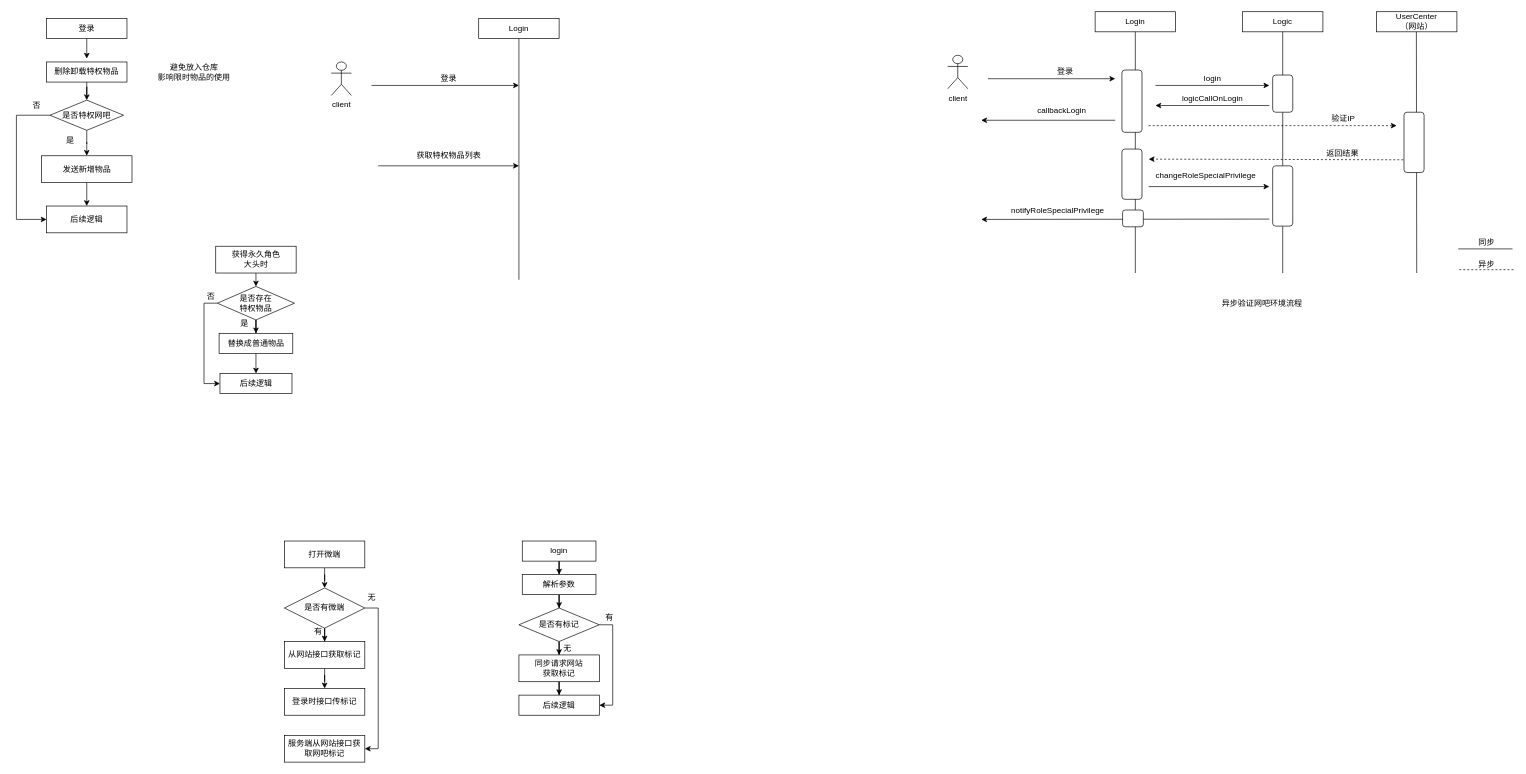
Ordertiny/graph keeps this draw.io diagram as SSJJ2/网吧特权.drawio. Above is the earlier version. Source tidied: cells renumbered, new cells numbered last; positions are measured from the earlier drawing's top-left corner, leaving out a move shared by most shapes. Both pictures are drawn from the tidied source at 67%, with x=0, y=0 at pixel (16, 11).
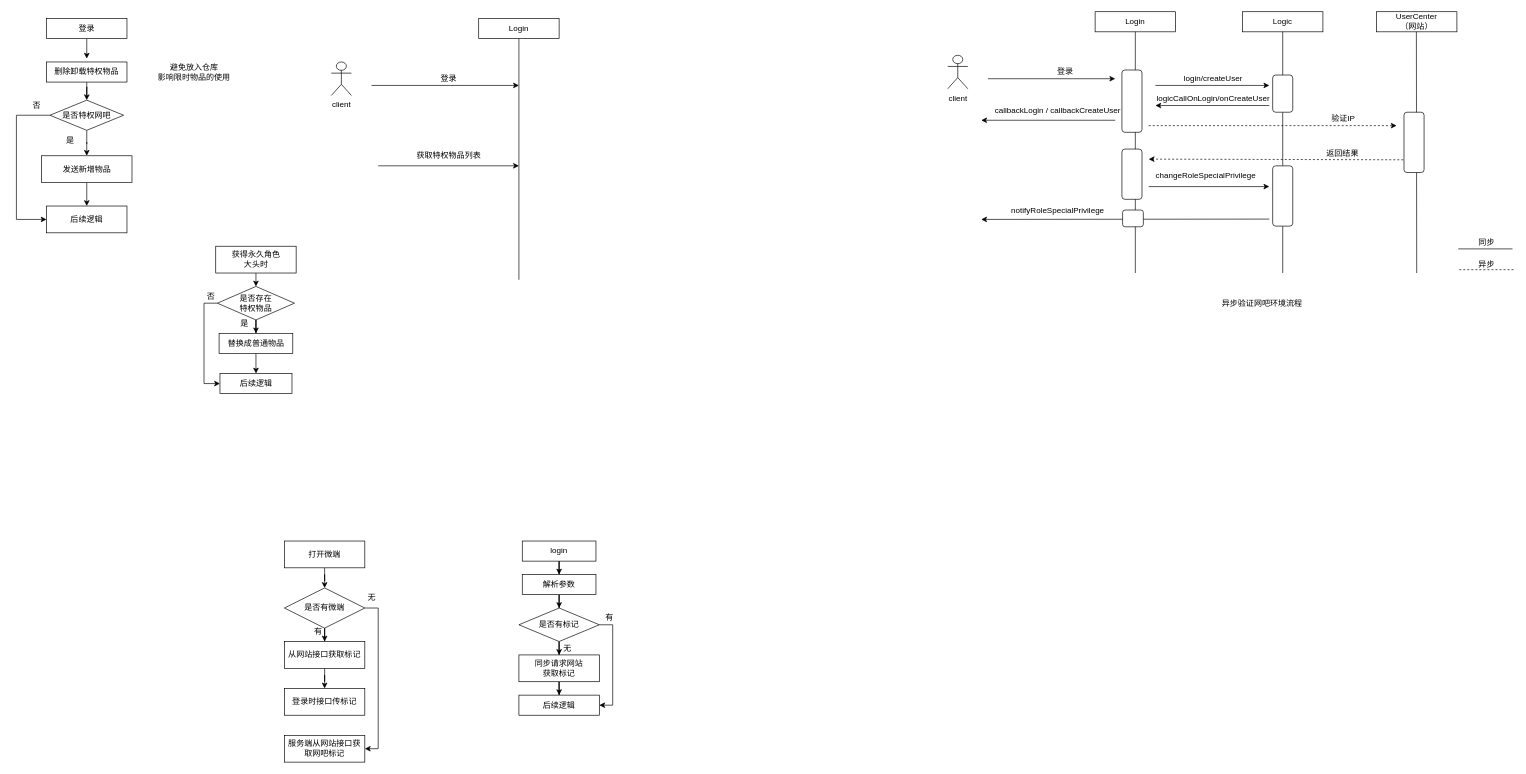
Above is the later version.

Commit message:
更新网吧特权.drawio

Change to the diagram source:
```diff
@@
-    <mxCell id="61" value="callbackLogin" style="text;html=1;align=center;verticalAlign=middle;strokeColor=none;fillColor=none;" parent="1" vertex="1">
-      <mxGeometry x="1510" y="132" width="100" height="30" as="geometry" />
+    <mxCell id="61" value="callbackLogin /&amp;nbsp;callbackCreateUser" style="text;html=1;align=center;verticalAlign=middle;strokeColor=none;fillColor=none;" parent="1" vertex="1">
+      <mxGeometry x="1451.5" y="134" width="205" height="26" as="geometry" />
     </mxCell>
@@
-    <mxCell id="68" value="login" style="text;html=1;align=center;verticalAlign=middle;strokeColor=none;fillColor=none;" parent="1" vertex="1">
-      <mxGeometry x="1760" y="85" width="50" height="30" as="geometry" />
+    <mxCell id="68" value="login/createUser" style="text;html=1;align=center;verticalAlign=middle;strokeColor=none;fillColor=none;" parent="1" vertex="1">
+      <mxGeometry x="1733" y="87" width="105" height="26" as="geometry" />
     </mxCell>
@@
-    <mxCell id="70" value="logicCallOnLogin" style="text;html=1;align=center;verticalAlign=middle;strokeColor=none;fillColor=none;" parent="1" vertex="1">
-      <mxGeometry x="1730" y="115" width="110" height="30" as="geometry" />
+    <mxCell id="70" value="logicCallOnLogin/onCreateUser" style="text;html=1;align=center;verticalAlign=middle;strokeColor=none;fillColor=none;" parent="1" vertex="1">
+      <mxGeometry x="1692" y="117" width="187" height="26" as="geometry" />
     </mxCell>
```
